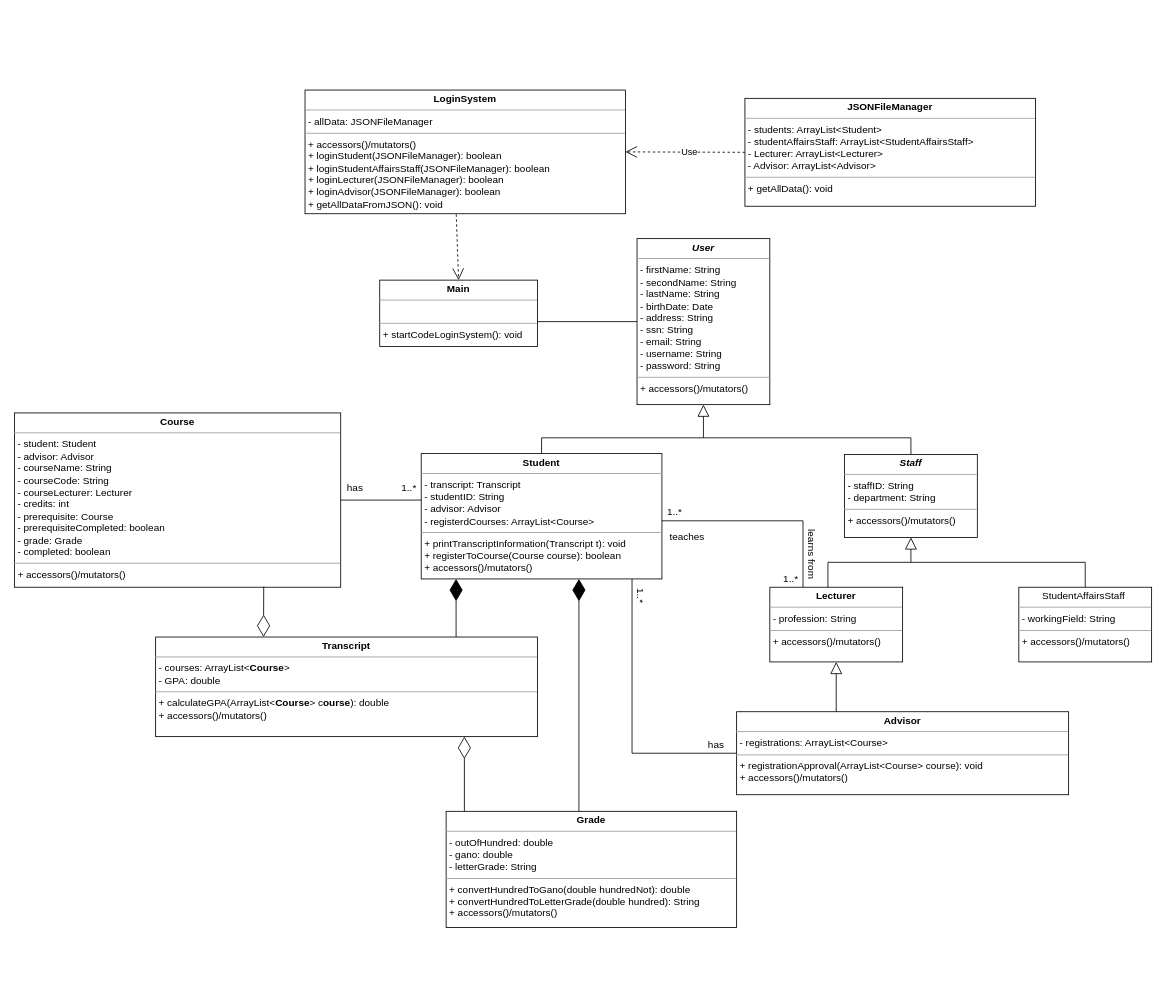
This is Iteration_1/CSE3063F23P1_DCD_GRP9_Iteration1.drawio from yigittuncer07/CSE3063F23P1_GRP9, a draw.io file, before an edit. Source tidied: cells renumbered, new cells numbered last; positions are measured from the earlier drawing's top-left corner, leaving out a move shared by most shapes. Both pictures are drawn from the tidied source at 83%, with x=0, y=0 at pixel (14, 90).
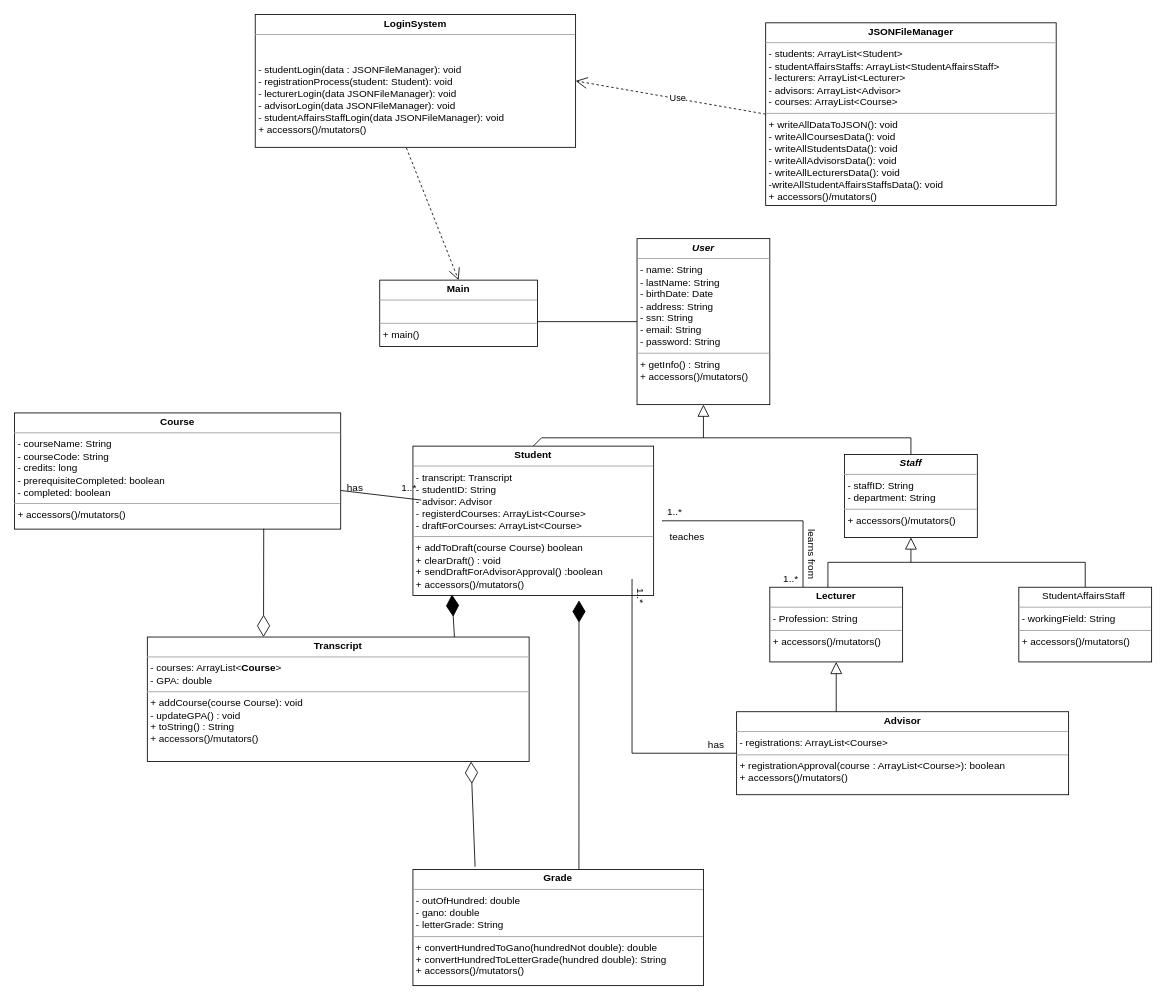
After the change.

Diff of the diagram source:
```diff
@@
-    <mxCell id="3" value="&lt;p style=&quot;margin:0px;margin-top:4px;text-align:center;&quot;&gt;&lt;b&gt;&lt;i&gt;User&lt;/i&gt;&lt;/b&gt;&lt;/p&gt;&lt;hr size=&quot;1&quot;&gt;&lt;p style=&quot;margin:0px;margin-left:4px;&quot;&gt;- firstName: String&lt;/p&gt;&lt;p style=&quot;margin:0px;margin-left:4px;&quot;&gt;- secondName: String&lt;/p&gt;&lt;p style=&quot;margin:0px;margin-left:4px;&quot;&gt;-&amp;nbsp;&lt;span style=&quot;background-color: initial;&quot;&gt;lastName: String&lt;/span&gt;&lt;/p&gt;&lt;p style=&quot;border-color: var(--border-color); margin: 0px 0px 0px 4px;&quot;&gt;- birthDate: Date&lt;/p&gt;&lt;p style=&quot;margin:0px;margin-left:4px;&quot;&gt;- address: String&lt;/p&gt;&lt;p style=&quot;margin:0px;margin-left:4px;&quot;&gt;- ssn: String&lt;/p&gt;&lt;p style=&quot;margin:0px;margin-left:4px;&quot;&gt;- email: String&lt;/p&gt;&lt;p style=&quot;margin:0px;margin-left:4px;&quot;&gt;- username: String&lt;/p&gt;&lt;p style=&quot;margin:0px;margin-left:4px;&quot;&gt;- password: String&lt;/p&gt;&lt;hr size=&quot;1&quot;&gt;&lt;p style=&quot;margin:0px;margin-left:4px;&quot;&gt;+ accessors()/mutators()&lt;/p&gt;" style="verticalAlign=top;align=left;overflow=fill;fontSize=12;fontFamily=Helvetica;html=1;whiteSpace=wrap;" parent="1" vertex="1">
+    <mxCell id="3" value="&lt;p style=&quot;margin:0px;margin-top:4px;text-align:center;&quot;&gt;&lt;b&gt;&lt;i&gt;User&lt;/i&gt;&lt;/b&gt;&lt;/p&gt;&lt;hr size=&quot;1&quot;&gt;&lt;p style=&quot;margin:0px;margin-left:4px;&quot;&gt;- name: String&lt;/p&gt;&lt;p style=&quot;margin:0px;margin-left:4px;&quot;&gt;- lastName: String&lt;/p&gt;&lt;p style=&quot;border-color: var(--border-color); margin: 0px 0px 0px 4px;&quot;&gt;- birthDate: Date&lt;/p&gt;&lt;p style=&quot;margin:0px;margin-left:4px;&quot;&gt;- address: String&lt;/p&gt;&lt;p style=&quot;margin:0px;margin-left:4px;&quot;&gt;- ssn: String&lt;/p&gt;&lt;p style=&quot;margin:0px;margin-left:4px;&quot;&gt;- email: String&lt;/p&gt;&lt;p style=&quot;margin:0px;margin-left:4px;&quot;&gt;- password: String&lt;/p&gt;&lt;hr size=&quot;1&quot;&gt;&lt;p style=&quot;margin:0px;margin-left:4px;&quot;&gt;+ getInfo() : String&lt;/p&gt;&lt;p style=&quot;margin:0px;margin-left:4px;&quot;&gt;+ accessors()/mutators()&lt;/p&gt;" style="verticalAlign=top;align=left;overflow=fill;fontSize=12;fontFamily=Helvetica;html=1;whiteSpace=wrap;" parent="1" vertex="1">
       <mxGeometry x="750" y="179" width="160" height="200" as="geometry" />
     </mxCell>
-    <mxCell id="4" value="&lt;p style=&quot;margin:0px;margin-top:4px;text-align:center;&quot;&gt;&lt;b&gt;Student&lt;/b&gt;&lt;/p&gt;&lt;hr size=&quot;1&quot;&gt;&lt;p style=&quot;margin:0px;margin-left:4px;&quot;&gt;- transcript: Transcript&lt;/p&gt;&lt;p style=&quot;margin:0px;margin-left:4px;&quot;&gt;- studentID: String&lt;/p&gt;&lt;p style=&quot;margin:0px;margin-left:4px;&quot;&gt;- advisor: Advisor&lt;/p&gt;&lt;p style=&quot;margin:0px;margin-left:4px;&quot;&gt;- registerdCourses: ArrayList&amp;lt;Course&amp;gt;&lt;/p&gt;&lt;hr size=&quot;1&quot;&gt;&lt;p style=&quot;margin:0px;margin-left:4px;&quot;&gt;+ printTranscriptInformation(Transcript t): void&lt;/p&gt;&lt;p style=&quot;margin:0px;margin-left:4px;&quot;&gt;&lt;span style=&quot;background-color: initial;&quot;&gt;+ registerToCourse(Course course): boolean&lt;/span&gt;&lt;/p&gt;&lt;p style=&quot;margin:0px;margin-left:4px;&quot;&gt;&lt;span style=&quot;background-color: initial;&quot;&gt;+ accessors()/mutators()&lt;/span&gt;&lt;br&gt;&lt;/p&gt;" style="verticalAlign=top;align=left;overflow=fill;fontSize=12;fontFamily=Helvetica;html=1;whiteSpace=wrap;" parent="1" vertex="1">
-      <mxGeometry x="490" y="438" width="290" height="151" as="geometry" />
+    <mxCell id="4" value="&lt;p style=&quot;margin:0px;margin-top:4px;text-align:center;&quot;&gt;&lt;b&gt;Student&lt;/b&gt;&lt;/p&gt;&lt;hr size=&quot;1&quot;&gt;&lt;p style=&quot;margin:0px;margin-left:4px;&quot;&gt;- transcript: Transcript&lt;/p&gt;&lt;p style=&quot;margin:0px;margin-left:4px;&quot;&gt;- studentID: String&lt;/p&gt;&lt;p style=&quot;margin:0px;margin-left:4px;&quot;&gt;- advisor: Advisor&lt;/p&gt;&lt;p style=&quot;margin:0px;margin-left:4px;&quot;&gt;- registerdCourses: ArrayList&amp;lt;Course&amp;gt;&lt;/p&gt;&lt;p style=&quot;margin:0px;margin-left:4px;&quot;&gt;- draftForCourses: ArrayList&amp;lt;Course&amp;gt;&lt;/p&gt;&lt;hr size=&quot;1&quot;&gt;&lt;p style=&quot;margin:0px;margin-left:4px;&quot;&gt;+ addToDraft(course Course) boolean&lt;/p&gt;&lt;p style=&quot;margin:0px;margin-left:4px;&quot;&gt;+ clearDraft() : void&lt;/p&gt;&lt;p style=&quot;margin:0px;margin-left:4px;&quot;&gt;+ sendDraftForAdvisorApproval() :boolean&lt;/p&gt;&lt;p style=&quot;margin:0px;margin-left:4px;&quot;&gt;&lt;span style=&quot;background-color: initial;&quot;&gt;+ accessors()/mutators()&lt;/span&gt;&lt;br&gt;&lt;/p&gt;" style="verticalAlign=top;align=left;overflow=fill;fontSize=12;fontFamily=Helvetica;html=1;whiteSpace=wrap;" parent="1" vertex="1">
+      <mxGeometry x="480" y="429" width="290" height="180" as="geometry" />
     </mxCell>
@@
-    <mxCell id="7" value="&lt;p style=&quot;margin:0px;margin-top:4px;text-align:center;&quot;&gt;&lt;b&gt;Advisor&lt;/b&gt;&lt;/p&gt;&lt;hr size=&quot;1&quot;&gt;&lt;p style=&quot;margin:0px;margin-left:4px;&quot;&gt;- registrations: ArrayList&amp;lt;Course&amp;gt;&lt;/p&gt;&lt;hr size=&quot;1&quot;&gt;&lt;p style=&quot;margin:0px;margin-left:4px;&quot;&gt;+ registrationApproval(ArrayList&amp;lt;Course&amp;gt; course): void&lt;/p&gt;&lt;p style=&quot;margin:0px;margin-left:4px;&quot;&gt;+ accessors()/mutators()&lt;br&gt;&lt;/p&gt;" style="verticalAlign=top;align=left;overflow=fill;fontSize=12;fontFamily=Helvetica;html=1;whiteSpace=wrap;" parent="1" vertex="1">
+    <mxCell id="7" value="&lt;p style=&quot;margin:0px;margin-top:4px;text-align:center;&quot;&gt;&lt;b&gt;Advisor&lt;/b&gt;&lt;/p&gt;&lt;hr size=&quot;1&quot;&gt;&lt;p style=&quot;margin:0px;margin-left:4px;&quot;&gt;- registrations: ArrayList&amp;lt;Course&amp;gt;&lt;/p&gt;&lt;hr size=&quot;1&quot;&gt;&lt;p style=&quot;margin:0px;margin-left:4px;&quot;&gt;+ registrationApproval(course : ArrayList&amp;lt;Course&amp;gt;): boolean&lt;/p&gt;&lt;p style=&quot;margin:0px;margin-left:4px;&quot;&gt;+ accessors()/mutators()&lt;br&gt;&lt;/p&gt;" style="verticalAlign=top;align=left;overflow=fill;fontSize=12;fontFamily=Helvetica;html=1;whiteSpace=wrap;" parent="1" vertex="1">
       <mxGeometry x="870" y="749" width="400" height="100" as="geometry" />
     </mxCell>
@@
-    <mxCell id="9" value="&lt;p style=&quot;margin:0px;margin-top:4px;text-align:center;&quot;&gt;&lt;b&gt;Course&lt;/b&gt;&lt;/p&gt;&lt;hr size=&quot;1&quot;&gt;&lt;p style=&quot;margin:0px;margin-left:4px;&quot;&gt;- student: Student&lt;/p&gt;&lt;p style=&quot;margin:0px;margin-left:4px;&quot;&gt;- advisor: Advisor&lt;/p&gt;&lt;p style=&quot;margin:0px;margin-left:4px;&quot;&gt;- courseName: String&lt;/p&gt;&lt;p style=&quot;margin:0px;margin-left:4px;&quot;&gt;- courseCode: String&lt;/p&gt;&lt;p style=&quot;margin:0px;margin-left:4px;&quot;&gt;- courseLecturer: Lecturer&lt;/p&gt;&lt;p style=&quot;margin:0px;margin-left:4px;&quot;&gt;- credits: int&lt;/p&gt;&lt;p style=&quot;margin:0px;margin-left:4px;&quot;&gt;- prerequisite: Course&lt;/p&gt;&lt;p style=&quot;margin:0px;margin-left:4px;&quot;&gt;- prerequisiteCompleted: boolean&lt;/p&gt;&lt;p style=&quot;margin:0px;margin-left:4px;&quot;&gt;- grade: Grade&lt;/p&gt;&lt;p style=&quot;margin:0px;margin-left:4px;&quot;&gt;- completed: boolean&lt;/p&gt;&lt;hr size=&quot;1&quot;&gt;&lt;p style=&quot;margin:0px;margin-left:4px;&quot;&gt;+ accessors()/mutators()&lt;/p&gt;" style="verticalAlign=top;align=left;overflow=fill;fontSize=12;fontFamily=Helvetica;html=1;whiteSpace=wrap;" parent="1" vertex="1">
-      <mxGeometry y="389" width="393" height="210" as="geometry" />
+    <mxCell id="9" value="&lt;p style=&quot;margin:0px;margin-top:4px;text-align:center;&quot;&gt;&lt;b&gt;Course&lt;/b&gt;&lt;/p&gt;&lt;hr size=&quot;1&quot;&gt;&lt;p style=&quot;margin:0px;margin-left:4px;&quot;&gt;&lt;span style=&quot;background-color: initial;&quot;&gt;- courseName: String&lt;/span&gt;&lt;/p&gt;&lt;p style=&quot;margin:0px;margin-left:4px;&quot;&gt;- courseCode: String&lt;/p&gt;&lt;p style=&quot;margin:0px;margin-left:4px;&quot;&gt;- credits: long&lt;/p&gt;&lt;p style=&quot;margin:0px;margin-left:4px;&quot;&gt;- prerequisiteCompleted: boolean&lt;/p&gt;&lt;p style=&quot;margin:0px;margin-left:4px;&quot;&gt;- completed: boolean&lt;/p&gt;&lt;hr size=&quot;1&quot;&gt;&lt;p style=&quot;margin:0px;margin-left:4px;&quot;&gt;+ accessors()/mutators()&lt;/p&gt;" style="verticalAlign=top;align=left;overflow=fill;fontSize=12;fontFamily=Helvetica;html=1;whiteSpace=wrap;" parent="1" vertex="1">
+      <mxGeometry y="389" width="393" height="140" as="geometry" />
     </mxCell>
-    <mxCell id="10" value="&lt;p style=&quot;margin:0px;margin-top:4px;text-align:center;&quot;&gt;&lt;b&gt;Transcript&lt;/b&gt;&lt;/p&gt;&lt;hr size=&quot;1&quot;&gt;&lt;p style=&quot;margin:0px;margin-left:4px;&quot;&gt;- courses: ArrayList&amp;lt;&lt;b style=&quot;border-color: var(--border-color); text-align: center;&quot;&gt;Course&lt;/b&gt;&lt;span style=&quot;background-color: initial;&quot;&gt;&amp;gt;&lt;/span&gt;&lt;br&gt;&lt;/p&gt;&lt;p style=&quot;margin:0px;margin-left:4px;&quot;&gt;&lt;span style=&quot;background-color: initial;&quot;&gt;- GPA: double&lt;/span&gt;&lt;/p&gt;&lt;hr size=&quot;1&quot;&gt;&lt;p style=&quot;margin:0px;margin-left:4px;&quot;&gt;+ calculateGPA(ArrayList&amp;lt;&lt;b style=&quot;border-color: var(--border-color); text-align: center;&quot;&gt;Course&lt;/b&gt;&amp;gt; c&lt;b style=&quot;border-color: var(--border-color); text-align: center;&quot;&gt;ourse&lt;/b&gt;): double&lt;/p&gt;&lt;p style=&quot;margin:0px;margin-left:4px;&quot;&gt;+ accessors()/mutators()&lt;br&gt;&lt;/p&gt;" style="verticalAlign=top;align=left;overflow=fill;fontSize=12;fontFamily=Helvetica;html=1;whiteSpace=wrap;" parent="1" vertex="1">
-      <mxGeometry x="170" y="659" width="460" height="120" as="geometry" />
+    <mxCell id="10" value="&lt;p style=&quot;margin:0px;margin-top:4px;text-align:center;&quot;&gt;&lt;b&gt;Transcript&lt;/b&gt;&lt;/p&gt;&lt;hr size=&quot;1&quot;&gt;&lt;p style=&quot;margin:0px;margin-left:4px;&quot;&gt;- courses: ArrayList&amp;lt;&lt;b style=&quot;border-color: var(--border-color); text-align: center;&quot;&gt;Course&lt;/b&gt;&lt;span style=&quot;background-color: initial;&quot;&gt;&amp;gt;&lt;/span&gt;&lt;br&gt;&lt;/p&gt;&lt;p style=&quot;margin:0px;margin-left:4px;&quot;&gt;&lt;span style=&quot;background-color: initial;&quot;&gt;- GPA: double&lt;/span&gt;&lt;/p&gt;&lt;hr size=&quot;1&quot;&gt;&lt;p style=&quot;margin:0px;margin-left:4px;&quot;&gt;+ addCourse(course Course): void&lt;/p&gt;&lt;p style=&quot;margin:0px;margin-left:4px;&quot;&gt;- updateGPA() : void&lt;/p&gt;&lt;p style=&quot;margin:0px;margin-left:4px;&quot;&gt;+ toString() : String&lt;/p&gt;&lt;p style=&quot;margin:0px;margin-left:4px;&quot;&gt;&lt;span style=&quot;background-color: initial;&quot;&gt;+ accessors()/mutators()&lt;/span&gt;&lt;/p&gt;" style="verticalAlign=top;align=left;overflow=fill;fontSize=12;fontFamily=Helvetica;html=1;whiteSpace=wrap;" parent="1" vertex="1">
+      <mxGeometry x="160" y="659" width="460" height="150" as="geometry" />
     </mxCell>
-    <mxCell id="11" value="&lt;p style=&quot;margin:0px;margin-top:4px;text-align:center;&quot;&gt;&lt;b&gt;Grade&lt;/b&gt;&lt;/p&gt;&lt;hr size=&quot;1&quot;&gt;&lt;p style=&quot;margin:0px;margin-left:4px;&quot;&gt;- outOfHundred: double&lt;/p&gt;&lt;p style=&quot;margin:0px;margin-left:4px;&quot;&gt;- gano: double&lt;/p&gt;&lt;p style=&quot;margin:0px;margin-left:4px;&quot;&gt;- letterGrade: String&lt;/p&gt;&lt;hr size=&quot;1&quot;&gt;&lt;p style=&quot;margin:0px;margin-left:4px;&quot;&gt;+ convertHundredToGano(double hundredNot): double&lt;/p&gt;&lt;p style=&quot;margin:0px;margin-left:4px;&quot;&gt;+ convertHundredToLetterGrade(double hundred): String&lt;/p&gt;&lt;p style=&quot;margin:0px;margin-left:4px;&quot;&gt;+ accessors()/mutators()&lt;br&gt;&lt;/p&gt;" style="verticalAlign=top;align=left;overflow=fill;fontSize=12;fontFamily=Helvetica;html=1;whiteSpace=wrap;" parent="1" vertex="1">
-      <mxGeometry x="520" y="869" width="350" height="140" as="geometry" />
+    <mxCell id="11" value="&lt;p style=&quot;margin:0px;margin-top:4px;text-align:center;&quot;&gt;&lt;b&gt;Grade&lt;/b&gt;&lt;/p&gt;&lt;hr size=&quot;1&quot;&gt;&lt;p style=&quot;margin:0px;margin-left:4px;&quot;&gt;- outOfHundred: double&lt;/p&gt;&lt;p style=&quot;margin:0px;margin-left:4px;&quot;&gt;- gano: double&lt;/p&gt;&lt;p style=&quot;margin:0px;margin-left:4px;&quot;&gt;- letterGrade: String&lt;/p&gt;&lt;hr size=&quot;1&quot;&gt;&lt;p style=&quot;margin:0px;margin-left:4px;&quot;&gt;+ convertHundredToGano(hundredNot double): double&lt;/p&gt;&lt;p style=&quot;margin:0px;margin-left:4px;&quot;&gt;+ convertHundredToLetterGrade(hundred double): String&lt;/p&gt;&lt;p style=&quot;margin:0px;margin-left:4px;&quot;&gt;+ accessors()/mutators()&lt;br&gt;&lt;/p&gt;" style="verticalAlign=top;align=left;overflow=fill;fontSize=12;fontFamily=Helvetica;html=1;whiteSpace=wrap;" parent="1" vertex="1">
+      <mxGeometry x="480" y="939" width="350" height="140" as="geometry" />
     </mxCell>
@@
-    <mxCell id="15" value="&lt;p style=&quot;margin:0px;margin-top:4px;text-align:center;&quot;&gt;&lt;b&gt;Lecturer&lt;/b&gt;&lt;/p&gt;&lt;hr size=&quot;1&quot;&gt;&lt;p style=&quot;margin:0px;margin-left:4px;&quot;&gt;- profession: String&lt;/p&gt;&lt;hr size=&quot;1&quot;&gt;&lt;p style=&quot;margin:0px;margin-left:4px;&quot;&gt;+ accessors()/mutators()&lt;br&gt;&lt;/p&gt;" style="verticalAlign=top;align=left;overflow=fill;fontSize=12;fontFamily=Helvetica;html=1;whiteSpace=wrap;" parent="1" vertex="1">
+    <mxCell id="15" value="&lt;p style=&quot;margin:0px;margin-top:4px;text-align:center;&quot;&gt;&lt;b&gt;Lecturer&lt;/b&gt;&lt;/p&gt;&lt;hr size=&quot;1&quot;&gt;&lt;p style=&quot;margin:0px;margin-left:4px;&quot;&gt;- Profession: String&lt;/p&gt;&lt;hr size=&quot;1&quot;&gt;&lt;p style=&quot;margin:0px;margin-left:4px;&quot;&gt;+ accessors()/mutators()&lt;br&gt;&lt;/p&gt;" style="verticalAlign=top;align=left;overflow=fill;fontSize=12;fontFamily=Helvetica;html=1;whiteSpace=wrap;" parent="1" vertex="1">
       <mxGeometry x="910" y="599" width="160" height="90" as="geometry" />
     </mxCell>
-    <mxCell id="16" value="&lt;p style=&quot;margin:0px;margin-top:4px;text-align:center;&quot;&gt;&lt;b&gt;LoginSystem&lt;/b&gt;&lt;/p&gt;&lt;hr size=&quot;1&quot;&gt;&lt;p style=&quot;margin:0px;margin-left:4px;&quot;&gt;- allData: JSONFileManager&lt;/p&gt;&lt;hr size=&quot;1&quot;&gt;&lt;p style=&quot;margin:0px;margin-left:4px;&quot;&gt;+ accessors()/mutators()&lt;br&gt;&lt;/p&gt;&lt;p style=&quot;margin:0px;margin-left:4px;&quot;&gt;+ loginStudent(JSONFileManager): boolean&lt;/p&gt;&lt;p style=&quot;border-color: var(--border-color); margin: 0px 0px 0px 4px;&quot;&gt;+ loginStudentAffairsStaff(JSONFileManager): boolean&lt;/p&gt;&lt;div&gt;&lt;p style=&quot;border-color: var(--border-color); margin: 0px 0px 0px 4px;&quot;&gt;+ loginLecturer(JSONFileManager): boolean&lt;/p&gt;&lt;div style=&quot;border-color: var(--border-color);&quot;&gt;&lt;p style=&quot;border-color: var(--border-color); margin: 0px 0px 0px 4px;&quot;&gt;+ loginAdvisor(JSONFileManager): boolean&lt;/p&gt;&lt;/div&gt;&lt;/div&gt;&lt;p style=&quot;margin:0px;margin-left:4px;&quot;&gt;+ getAllDataFromJSON(): void&lt;br&gt;&lt;/p&gt;&lt;p style=&quot;margin:0px;margin-left:4px;&quot;&gt;&lt;br&gt;&lt;/p&gt;" style="verticalAlign=top;align=left;overflow=fill;fontSize=12;fontFamily=Helvetica;html=1;whiteSpace=wrap;" parent="1" vertex="1">
-      <mxGeometry x="350" width="386" height="149" as="geometry" />
+    <mxCell id="16" value="&lt;p style=&quot;margin:0px;margin-top:4px;text-align:center;&quot;&gt;&lt;b&gt;LoginSystem&lt;/b&gt;&lt;/p&gt;&lt;hr size=&quot;1&quot;&gt;&lt;p style=&quot;margin:0px;margin-left:4px;&quot;&gt;&lt;br&gt;&lt;/p&gt;&lt;p style=&quot;margin:0px;margin-left:4px;&quot;&gt;&lt;br&gt;&lt;/p&gt;&lt;p style=&quot;margin:0px;margin-left:4px;&quot;&gt;- studentLogin(data : JSONFileManager): void&lt;/p&gt;&lt;p style=&quot;margin:0px;margin-left:4px;&quot;&gt;- registrationProcess(student: Student): void&lt;/p&gt;&lt;p style=&quot;margin:0px;margin-left:4px;&quot;&gt;- lecturerLogin(data JSONFileManager): void&lt;/p&gt;&lt;p style=&quot;margin:0px;margin-left:4px;&quot;&gt;- advisorLogin(data JSONFileManager): void&lt;/p&gt;&lt;p style=&quot;border-color: var(--border-color); margin: 0px 0px 0px 4px;&quot;&gt;- studentAffairsStaffLogin(data JSONFileManager): void&lt;/p&gt;&lt;div&gt;&lt;p style=&quot;border-color: var(--border-color); margin: 0px 0px 0px 4px;&quot;&gt;+ accessors()/mutators()&lt;br&gt;&lt;/p&gt;&lt;/div&gt;&lt;p style=&quot;margin:0px;margin-left:4px;&quot;&gt;&lt;br&gt;&lt;/p&gt;" style="verticalAlign=top;align=left;overflow=fill;fontSize=12;fontFamily=Helvetica;html=1;whiteSpace=wrap;" parent="1" vertex="1">
+      <mxGeometry x="290" y="-91" width="386" height="160" as="geometry" />
     </mxCell>
@@
-    <mxCell id="19" value="&lt;p style=&quot;margin:0px;margin-top:4px;text-align:center;&quot;&gt;&lt;b&gt;Main&lt;/b&gt;&lt;/p&gt;&lt;hr size=&quot;1&quot;&gt;&lt;p style=&quot;margin:0px;margin-left:4px;&quot;&gt;&lt;br&gt;&lt;/p&gt;&lt;hr size=&quot;1&quot;&gt;&lt;p style=&quot;margin:0px;margin-left:4px;&quot;&gt;+ startCodeLoginSystem(): void&lt;/p&gt;" style="verticalAlign=top;align=left;overflow=fill;fontSize=12;fontFamily=Helvetica;html=1;whiteSpace=wrap;" parent="1" vertex="1">
+    <mxCell id="19" value="&lt;p style=&quot;margin:0px;margin-top:4px;text-align:center;&quot;&gt;&lt;b&gt;Main&lt;/b&gt;&lt;/p&gt;&lt;hr size=&quot;1&quot;&gt;&lt;p style=&quot;margin:0px;margin-left:4px;&quot;&gt;&lt;br&gt;&lt;/p&gt;&lt;hr size=&quot;1&quot;&gt;&lt;p style=&quot;margin:0px;margin-left:4px;&quot;&gt;+ main()&lt;/p&gt;" style="verticalAlign=top;align=left;overflow=fill;fontSize=12;fontFamily=Helvetica;html=1;whiteSpace=wrap;" parent="1" vertex="1">
       <mxGeometry x="440" y="229" width="190" height="80" as="geometry" />
     </mxCell>
-    <mxCell id="20" value="&lt;p style=&quot;margin:0px;margin-top:4px;text-align:center;&quot;&gt;&lt;b&gt;JSONFileManager&lt;/b&gt;&lt;/p&gt;&lt;hr size=&quot;1&quot;&gt;&lt;p style=&quot;margin:0px;margin-left:4px;&quot;&gt;- students: ArrayList&amp;lt;Student&amp;gt;&lt;/p&gt;&lt;p style=&quot;margin:0px;margin-left:4px;&quot;&gt;- studentAffairsStaff: ArrayList&amp;lt;StudentAffairsStaff&amp;gt;&lt;/p&gt;&lt;p style=&quot;margin:0px;margin-left:4px;&quot;&gt;- Lecturer: ArrayList&amp;lt;Lecturer&amp;gt;&lt;/p&gt;&lt;p style=&quot;margin:0px;margin-left:4px;&quot;&gt;- Advisor: ArrayList&amp;lt;Advisor&amp;gt;&lt;/p&gt;&lt;hr size=&quot;1&quot;&gt;&lt;p style=&quot;margin:0px;margin-left:4px;&quot;&gt;+ getAllData(): void&lt;/p&gt;" style="verticalAlign=top;align=left;overflow=fill;fontSize=12;fontFamily=Helvetica;html=1;whiteSpace=wrap;" parent="1" vertex="1">
-      <mxGeometry x="880" y="10" width="350" height="130" as="geometry" />
+    <mxCell id="20" value="&lt;p style=&quot;margin:0px;margin-top:4px;text-align:center;&quot;&gt;&lt;b&gt;JSONFileManager&lt;/b&gt;&lt;/p&gt;&lt;hr size=&quot;1&quot;&gt;&lt;p style=&quot;margin:0px;margin-left:4px;&quot;&gt;- students: ArrayList&amp;lt;Student&amp;gt;&lt;/p&gt;&lt;p style=&quot;margin:0px;margin-left:4px;&quot;&gt;- studentAffairsStaffs: ArrayList&amp;lt;StudentAffairsStaff&amp;gt;&lt;/p&gt;&lt;p style=&quot;margin:0px;margin-left:4px;&quot;&gt;- lecturers: ArrayList&amp;lt;Lecturer&amp;gt;&lt;/p&gt;&lt;p style=&quot;margin:0px;margin-left:4px;&quot;&gt;- advisors: ArrayList&amp;lt;Advisor&amp;gt;&lt;/p&gt;&lt;p style=&quot;margin:0px;margin-left:4px;&quot;&gt;- courses: ArrayList&amp;lt;Course&amp;gt;&lt;/p&gt;&lt;hr size=&quot;1&quot;&gt;&lt;p style=&quot;margin:0px;margin-left:4px;&quot;&gt;+ writeAllDataToJSON(): void&lt;/p&gt;&lt;p style=&quot;margin:0px;margin-left:4px;&quot;&gt;- writeAllCoursesData(): void&lt;/p&gt;&lt;p style=&quot;margin:0px;margin-left:4px;&quot;&gt;- writeAllStudentsData(): void&lt;/p&gt;&lt;p style=&quot;margin:0px;margin-left:4px;&quot;&gt;- writeAllAdvisorsData(): void&lt;/p&gt;&lt;p style=&quot;margin:0px;margin-left:4px;&quot;&gt;- writeAllLecturersData(): void&lt;/p&gt;&lt;p style=&quot;margin:0px;margin-left:4px;&quot;&gt;-writeAllStudentAffairsStaffsData(): void&lt;/p&gt;&lt;p style=&quot;margin:0px;margin-left:4px;&quot;&gt;+ accessors()/mutators()&lt;br&gt;&lt;/p&gt;" style="verticalAlign=top;align=left;overflow=fill;fontSize=12;fontFamily=Helvetica;html=1;whiteSpace=wrap;" parent="1" vertex="1">
+      <mxGeometry x="905" y="-81" width="350" height="220" as="geometry" />
     </mxCell>
@@
-    <mxCell id="22" style="endArrow=diamondThin;endFill=1;endSize=24;html=1;rounded=0;" parent="1" edge="1">
+    <mxCell id="22" style="endArrow=diamondThin;endFill=1;endSize=24;html=1;rounded=0;entryX=0.162;entryY=0.993;entryDx=0;entryDy=0;entryPerimeter=0;" parent="1" edge="1" target="4">
       <mxGeometry relative="1" as="geometry">
-        <mxPoint x="532" y="659" as="sourcePoint" />
-        <mxPoint x="532" y="589" as="targetPoint" />
+        <mxPoint x="530" y="659" as="sourcePoint" />
       </mxGeometry>
     </mxCell>
@@
-    <mxCell id="24" style="endArrow=diamondThin;endFill=1;endSize=24;html=1;rounded=0;" parent="1" edge="1">
+    <mxCell id="24" style="endArrow=diamondThin;endFill=1;endSize=24;html=1;rounded=0;entryX=0.69;entryY=1.032;entryDx=0;entryDy=0;entryPerimeter=0;" parent="1" edge="1" target="4">
       <mxGeometry relative="1" as="geometry">
-        <mxPoint x="680" y="869" as="sourcePoint" />
-        <mxPoint x="680" y="589" as="targetPoint" />
+        <mxPoint x="680" y="939" as="sourcePoint" />
       </mxGeometry>
     </mxCell>
-    <mxCell id="25" style="endArrow=diamondThin;endFill=0;endSize=24;html=1;rounded=0;" parent="1" edge="1">
+    <mxCell id="25" style="endArrow=diamondThin;endFill=0;endSize=24;html=1;rounded=0;exitX=0.214;exitY=-0.023;exitDx=0;exitDy=0;exitPerimeter=0;" parent="1" edge="1" source="11">
       <mxGeometry relative="1" as="geometry">
-        <mxPoint x="542" y="869" as="sourcePoint" />
-        <mxPoint x="542" y="779" as="targetPoint" />
+        <mxPoint x="550" y="809" as="targetPoint" />
       </mxGeometry>
     </mxCell>
```
